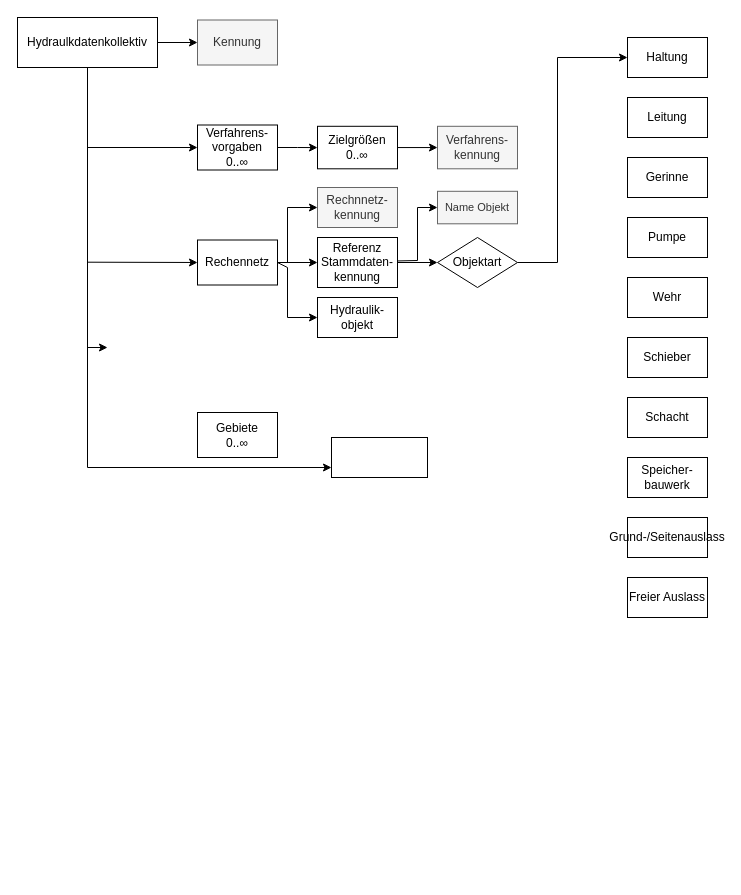
This is Kopie von grobwasser.drawio from simonwb123/BA-ISYBAU, a draw.io file, before an edit. Source tidied: cells renumbered, new cells numbered last; positions are measured from the earlier drawing's top-left corner, leaving out a move shared by most shapes. Both pictures are drawn from the tidied source at 100%, with x=0, y=0 at pixel (17, 17).
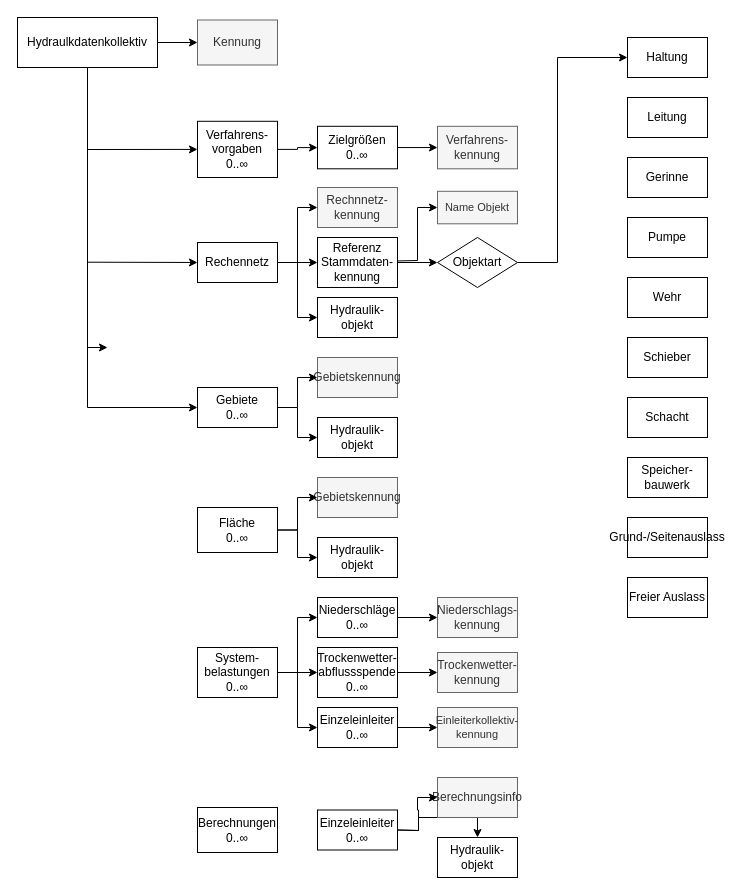
After the change.

Unchanged cells that the change refers to:
```xml
<mxCell id="4" value="Hydraulkdatenkollektiv" style="rounded=0;whiteSpace=wrap;html=1;fontFamily=Latin Modern;" parent="1" vertex="1">
  <mxGeometry width="140" height="50" as="geometry" />
</mxCell>
<mxCell id="19" value="&lt;div&gt;Hydraulik-&lt;/div&gt;&lt;div&gt;objekt&lt;/div&gt;" style="rounded=0;whiteSpace=wrap;html=1;fontFamily=Latin Modern;" parent="1" vertex="1">
  <mxGeometry x="300" y="280" width="80" height="40" as="geometry" />
</mxCell>
<mxCell id="20" value="&lt;div&gt;Rechnnetz-&lt;/div&gt;&lt;div&gt;kennung&lt;/div&gt;" style="rounded=0;whiteSpace=wrap;html=1;fontFamily=Latin Modern;fillColor=#f5f5f5;fontColor=#333333;strokeColor=#666666;" parent="1" vertex="1">
  <mxGeometry x="300" y="170" width="80" height="40" as="geometry" />
</mxCell>
```

Change to the diagram source:
```diff
@@
-    <mxCell id="3" style="edgeStyle=orthogonalEdgeStyle;rounded=0;jettySize=auto;html=1;" parent="1" edge="1" source="4" target="5">
+    <mxCell id="3" style="edgeStyle=orthogonalEdgeStyle;rounded=0;jettySize=auto;html=1;entryX=0;entryY=0.5;entryDx=0;entryDy=0;" parent="1" edge="1" source="4" target="37">
       <mxGeometry relative="1" as="geometry">
         <Array as="points">
-          <mxPoint x="70" y="450" />
+          <mxPoint x="70" y="390" />
         </Array>
       </mxGeometry>
     </mxCell>
@@
-    <mxCell id="5" style="rounded=0;whiteSpace=wrap;html=1;" parent="1" vertex="1">
-      <mxGeometry x="314" y="420" width="96" height="40" as="geometry" />
-    </mxCell>
@@
     <mxCell id="7" value="&lt;div&gt;Verfahrens-vorgaben&lt;/div&gt;&lt;div&gt;0..∞&lt;/div&gt;" style="rounded=0;whiteSpace=wrap;html=1;fontFamily=Latin Modern;" parent="1" vertex="1">
-      <mxGeometry x="180" y="107.5" width="80" height="45" as="geometry" />
+      <mxGeometry x="180" y="103.8" width="80" height="56.2" as="geometry" />
     </mxCell>
     <mxCell id="8" style="endArrow=classic;html=1;rounded=0;entryX=0;entryY=0.5;entryDx=0;entryDy=0;" parent="1" edge="1" target="7">
       <mxGeometry relative="1" as="geometry">
-        <mxPoint x="70" y="130" as="sourcePoint" />
+        <mxPoint x="70" y="132" as="sourcePoint" />
       </mxGeometry>
     </mxCell>
@@
     <mxCell id="16" value="&lt;div&gt;Rechennetz&lt;/div&gt;" style="rounded=0;whiteSpace=wrap;html=1;fontFamily=Latin Modern;" parent="1" vertex="1">
-      <mxGeometry x="180" y="222.5" width="80" height="45" as="geometry" />
+      <mxGeometry x="180" y="225" width="80" height="40" as="geometry" />
     </mxCell>
@@
-    <mxCell id="21" style="endArrow=classic;html=1;rounded=0;entryX=0;entryY=0.5;entryDx=0;entryDy=0;exitX=1;exitY=0.5;exitDx=0;exitDy=0;" parent="1" edge="1" source="16" target="20">
-      <mxGeometry relative="1" as="geometry">
-        <Array as="points">
-          <mxPoint x="270" y="245" />
-          <mxPoint x="270" y="190" />
-        </Array>
-      </mxGeometry>
-    </mxCell>
-    <mxCell id="22" style="endArrow=classic;html=1;rounded=0;exitX=1;exitY=0.5;exitDx=0;exitDy=0;entryX=0;entryY=0.5;entryDx=0;entryDy=0;" parent="1" edge="1" source="16" target="19">
-      <mxGeometry relative="1" as="geometry">
-        <Array as="points">
-          <mxPoint x="270" y="250" />
-          <mxPoint x="270" y="300" />
-        </Array>
-      </mxGeometry>
-    </mxCell>
@@
+    <mxCell id="38" style="edgeStyle=orthogonalEdgeStyle;rounded=0;jettySize=auto;html=1;" parent="1" edge="1" source="37" target="40">
+      <mxGeometry relative="1" as="geometry" />
+    </mxCell>
     <mxCell id="37" value="&lt;div&gt;Gebiete&lt;/div&gt;&lt;div&gt;&lt;div&gt;0..∞&lt;/div&gt;&lt;/div&gt;" style="rounded=0;whiteSpace=wrap;html=1;fontFamily=Latin Modern;" parent="1" vertex="1">
-      <mxGeometry x="180" y="395" width="80" height="45" as="geometry" />
+      <mxGeometry x="180" y="370" width="80" height="40" as="geometry" />
     </mxCell>
+    <mxCell id="39" value="Gebietskennung" style="rounded=0;whiteSpace=wrap;html=1;fontFamily=Latin Modern;fillColor=#f5f5f5;fontColor=#333333;strokeColor=#666666;" parent="1" vertex="1">
+      <mxGeometry x="300" y="340" width="80" height="40" as="geometry" />
+    </mxCell>
+    <mxCell id="40" value="&lt;div&gt;Hydraulik-&lt;/div&gt;&lt;div&gt;objekt&lt;/div&gt;" style="rounded=0;whiteSpace=wrap;html=1;fontFamily=Latin Modern;" parent="1" vertex="1">
+      <mxGeometry x="300" y="400" width="80" height="40" as="geometry" />
+    </mxCell>
+    <mxCell id="41" value="&lt;div&gt;Fläche&lt;/div&gt;&lt;div&gt;&lt;div&gt;0..∞&lt;/div&gt;&lt;/div&gt;" style="rounded=0;whiteSpace=wrap;html=1;fontFamily=Latin Modern;" parent="1" vertex="1">
+      <mxGeometry x="180" y="490" width="80" height="45" as="geometry" />
+    </mxCell>
+    <mxCell id="42" style="edgeStyle=orthogonalEdgeStyle;rounded=0;jettySize=auto;html=1;entryX=0;entryY=0.5;entryDx=0;entryDy=0;exitX=1;exitY=0.5;exitDx=0;exitDy=0;" parent="1" edge="1" source="37" target="39">
+      <mxGeometry relative="1" as="geometry" />
+    </mxCell>
+    <mxCell id="22" style="edgeStyle=orthogonalEdgeStyle;rounded=0;jettySize=auto;html=1;entryX=0;entryY=0.5;entryDx=0;entryDy=0;exitX=1;exitY=0.5;exitDx=0;exitDy=0;" parent="1" edge="1" source="16" target="19">
+      <mxGeometry relative="1" as="geometry" />
+    </mxCell>
+    <mxCell id="21" style="edgeStyle=orthogonalEdgeStyle;rounded=0;jettySize=auto;html=1;entryX=0;entryY=0.5;entryDx=0;entryDy=0;exitX=1;exitY=0.5;exitDx=0;exitDy=0;" parent="1" edge="1" source="16" target="20">
+      <mxGeometry relative="1" as="geometry" />
+    </mxCell>
+    <mxCell id="43" style="edgeStyle=orthogonalEdgeStyle;rounded=0;jettySize=auto;html=1;exitX=1;exitY=0.5;exitDx=0;exitDy=0;" parent="1" edge="1" source="41" target="45">
+      <mxGeometry relative="1" as="geometry" />
+    </mxCell>
+    <mxCell id="44" value="Gebietskennung" style="rounded=0;whiteSpace=wrap;html=1;fontFamily=Latin Modern;fillColor=#f5f5f5;fontColor=#333333;strokeColor=#666666;" parent="1" vertex="1">
+      <mxGeometry x="300" y="460" width="80" height="40" as="geometry" />
+    </mxCell>
+    <mxCell id="45" value="&lt;div&gt;Hydraulik-&lt;/div&gt;&lt;div&gt;objekt&lt;/div&gt;" style="rounded=0;whiteSpace=wrap;html=1;fontFamily=Latin Modern;" parent="1" vertex="1">
+      <mxGeometry x="300" y="520" width="80" height="40" as="geometry" />
+    </mxCell>
+    <mxCell id="46" style="edgeStyle=orthogonalEdgeStyle;rounded=0;jettySize=auto;html=1;entryX=0;entryY=0.5;entryDx=0;entryDy=0;exitX=1;exitY=0.5;exitDx=0;exitDy=0;" parent="1" edge="1" source="41" target="44">
+      <mxGeometry relative="1" as="geometry" />
+    </mxCell>
+    <mxCell id="47" style="edgeStyle=orthogonalEdgeStyle;rounded=0;jettySize=auto;html=1;" parent="1" edge="1" source="48" target="50">
+      <mxGeometry relative="1" as="geometry" />
+    </mxCell>
+    <mxCell id="48" value="&lt;div&gt;System-belastungen&lt;/div&gt;&lt;div&gt;&lt;div&gt;&lt;div&gt;0..∞&lt;/div&gt;&lt;/div&gt;&lt;/div&gt;" style="rounded=0;whiteSpace=wrap;html=1;fontFamily=Latin Modern;" parent="1" vertex="1">
+      <mxGeometry x="180" y="630" width="80" height="50" as="geometry" />
+    </mxCell>
+    <mxCell id="49" style="edgeStyle=orthogonalEdgeStyle;rounded=0;jettySize=auto;html=1;entryX=0;entryY=0.5;entryDx=0;entryDy=0;" parent="1" edge="1" source="50" target="58">
+      <mxGeometry relative="1" as="geometry" />
+    </mxCell>
+    <mxCell id="50" value="&lt;div&gt;Trockenwetter-abflussspende&lt;/div&gt;&lt;div&gt;0..∞&lt;/div&gt;" style="rounded=0;whiteSpace=wrap;html=1;fontFamily=Latin Modern;" parent="1" vertex="1">
+      <mxGeometry x="300" y="630" width="80" height="50" as="geometry" />
+    </mxCell>
+    <mxCell id="51" style="edgeStyle=orthogonalEdgeStyle;rounded=0;jettySize=auto;html=1;" parent="1" edge="1" source="52" target="59">
+      <mxGeometry relative="1" as="geometry" />
+    </mxCell>
+    <mxCell id="52" value="&lt;div&gt;Einzeleinleiter&lt;/div&gt;&lt;div&gt;0..∞&lt;/div&gt;" style="rounded=0;whiteSpace=wrap;html=1;fontFamily=Latin Modern;" parent="1" vertex="1">
+      <mxGeometry x="300" y="690" width="80" height="40" as="geometry" />
+    </mxCell>
+    <mxCell id="53" style="edgeStyle=orthogonalEdgeStyle;rounded=0;jettySize=auto;html=1;" parent="1" edge="1" source="54" target="57">
+      <mxGeometry relative="1" as="geometry" />
+    </mxCell>
+    <mxCell id="54" value="&lt;div&gt;Niederschläge&lt;/div&gt;&lt;div&gt;&lt;div&gt;0..∞&lt;/div&gt;&lt;/div&gt;" style="rounded=0;whiteSpace=wrap;html=1;fontFamily=Latin Modern;" parent="1" vertex="1">
+      <mxGeometry x="300" y="580" width="80" height="40" as="geometry" />
+    </mxCell>
+    <mxCell id="55" style="edgeStyle=orthogonalEdgeStyle;rounded=0;jettySize=auto;html=1;entryX=0;entryY=0.5;entryDx=0;entryDy=0;exitX=1;exitY=0.5;exitDx=0;exitDy=0;" parent="1" edge="1" source="48" target="52">
+      <mxGeometry relative="1" as="geometry" />
+    </mxCell>
+    <mxCell id="56" style="edgeStyle=orthogonalEdgeStyle;rounded=0;jettySize=auto;html=1;entryX=0;entryY=0.5;entryDx=0;entryDy=0;exitX=1;exitY=0.5;exitDx=0;exitDy=0;" parent="1" edge="1" source="48" target="54">
+      <mxGeometry relative="1" as="geometry" />
+    </mxCell>
+    <mxCell id="57" value="&lt;div&gt;Niederschlags-kennung&lt;/div&gt;" style="rounded=0;whiteSpace=wrap;html=1;fontFamily=Latin Modern;fillColor=#f5f5f5;fontColor=#333333;strokeColor=#666666;" parent="1" vertex="1">
+      <mxGeometry x="420" y="580" width="80" height="40" as="geometry" />
+    </mxCell>
+    <mxCell id="58" value="&lt;div&gt;Trockenwetter-kennung&lt;/div&gt;" style="rounded=0;whiteSpace=wrap;html=1;fontFamily=Latin Modern;fillColor=#f5f5f5;fontColor=#333333;strokeColor=#666666;" parent="1" vertex="1">
+      <mxGeometry x="420" y="635" width="80" height="40" as="geometry" />
+    </mxCell>
+    <mxCell id="59" value="&lt;div&gt;Einleiterkollektiv-kennung&lt;/div&gt;" style="rounded=0;whiteSpace=wrap;html=1;fontFamily=Latin Modern;fillColor=#f5f5f5;fontColor=#333333;strokeColor=#666666;fontSize=11;" parent="1" vertex="1">
+      <mxGeometry x="420" y="690" width="80" height="40" as="geometry" />
+    </mxCell>
+    <mxCell id="60" value="&lt;div&gt;Berechnungen&lt;/div&gt;&lt;div&gt;&lt;div&gt;0..∞&lt;/div&gt;&lt;/div&gt;" style="rounded=0;whiteSpace=wrap;html=1;fontFamily=Latin Modern;" parent="1" vertex="1">
+      <mxGeometry x="180" y="790" width="80" height="45" as="geometry" />
+    </mxCell>
+    <mxCell id="61" style="edgeStyle=orthogonalEdgeStyle;rounded=0;jettySize=auto;html=1;exitX=1;exitY=0.5;exitDx=0;exitDy=0;" parent="1" edge="1" target="63">
+      <mxGeometry relative="1" as="geometry">
+        <mxPoint x="380" y="812.5" as="sourcePoint" />
+      </mxGeometry>
+    </mxCell>
+    <mxCell id="62" value="Berechnungsinfo" style="rounded=0;whiteSpace=wrap;html=1;fontFamily=Latin Modern;fillColor=#f5f5f5;fontColor=#333333;strokeColor=#666666;" parent="1" vertex="1">
+      <mxGeometry x="420" y="760" width="80" height="40" as="geometry" />
+    </mxCell>
+    <mxCell id="63" value="&lt;div&gt;Hydraulik-&lt;/div&gt;&lt;div&gt;objekt&lt;/div&gt;" style="rounded=0;whiteSpace=wrap;html=1;fontFamily=Latin Modern;" parent="1" vertex="1">
+      <mxGeometry x="420" y="820" width="80" height="40" as="geometry" />
+    </mxCell>
+    <mxCell id="64" style="edgeStyle=orthogonalEdgeStyle;rounded=0;jettySize=auto;html=1;entryX=0;entryY=0.5;entryDx=0;entryDy=0;exitX=1;exitY=0.5;exitDx=0;exitDy=0;" parent="1" edge="1" target="62">
+      <mxGeometry relative="1" as="geometry">
+        <mxPoint x="380" y="812.5" as="sourcePoint" />
+      </mxGeometry>
+    </mxCell>
+    <mxCell id="65" value="&lt;div&gt;Einzeleinleiter&lt;/div&gt;&lt;div&gt;0..∞&lt;/div&gt;" style="rounded=0;whiteSpace=wrap;html=1;fontFamily=Latin Modern;" parent="1" vertex="1">
+      <mxGeometry x="300" y="792.5" width="80" height="40" as="geometry" />
+    </mxCell>
```
